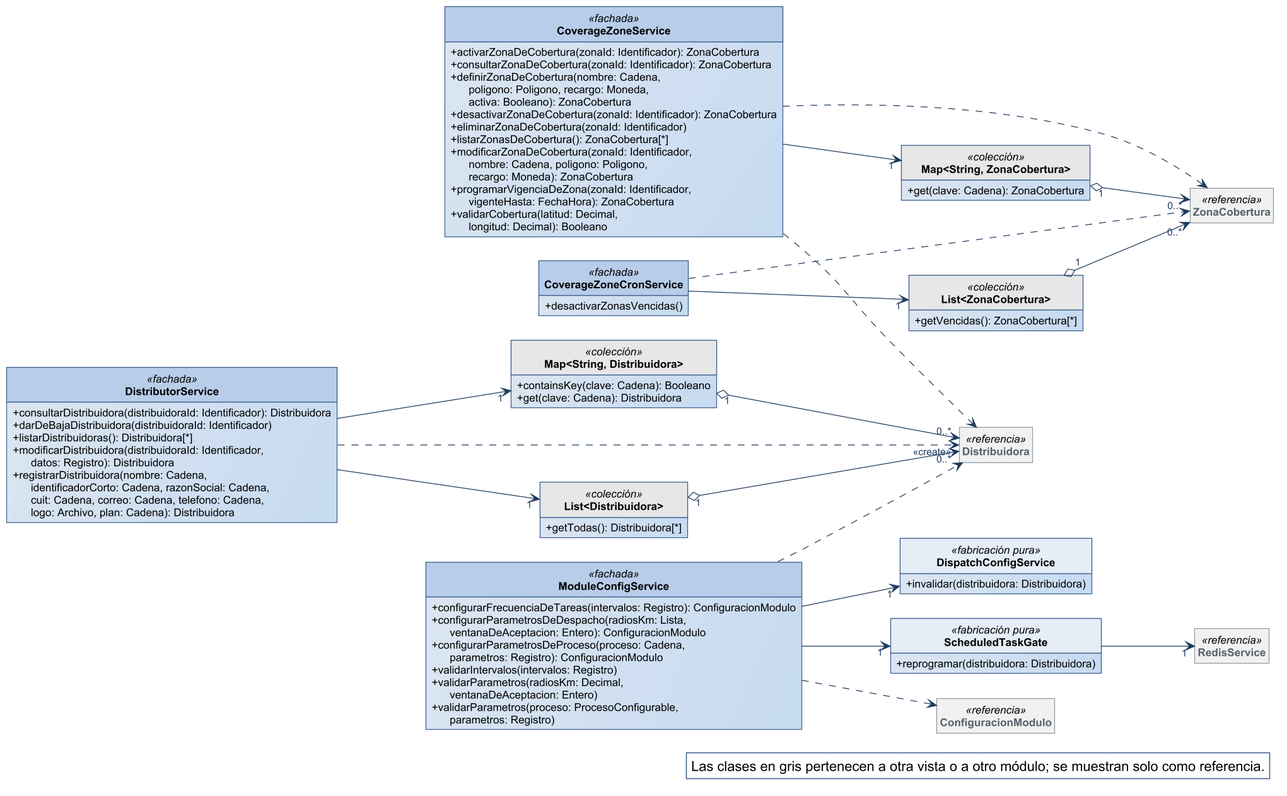
Nahuelito-Dev/splg-docs keeps this PlantUML diagram as diagramas/clases-diseno/DC_Mod_Cobertura-y-distribuidoras.png. Above is the earlier version.
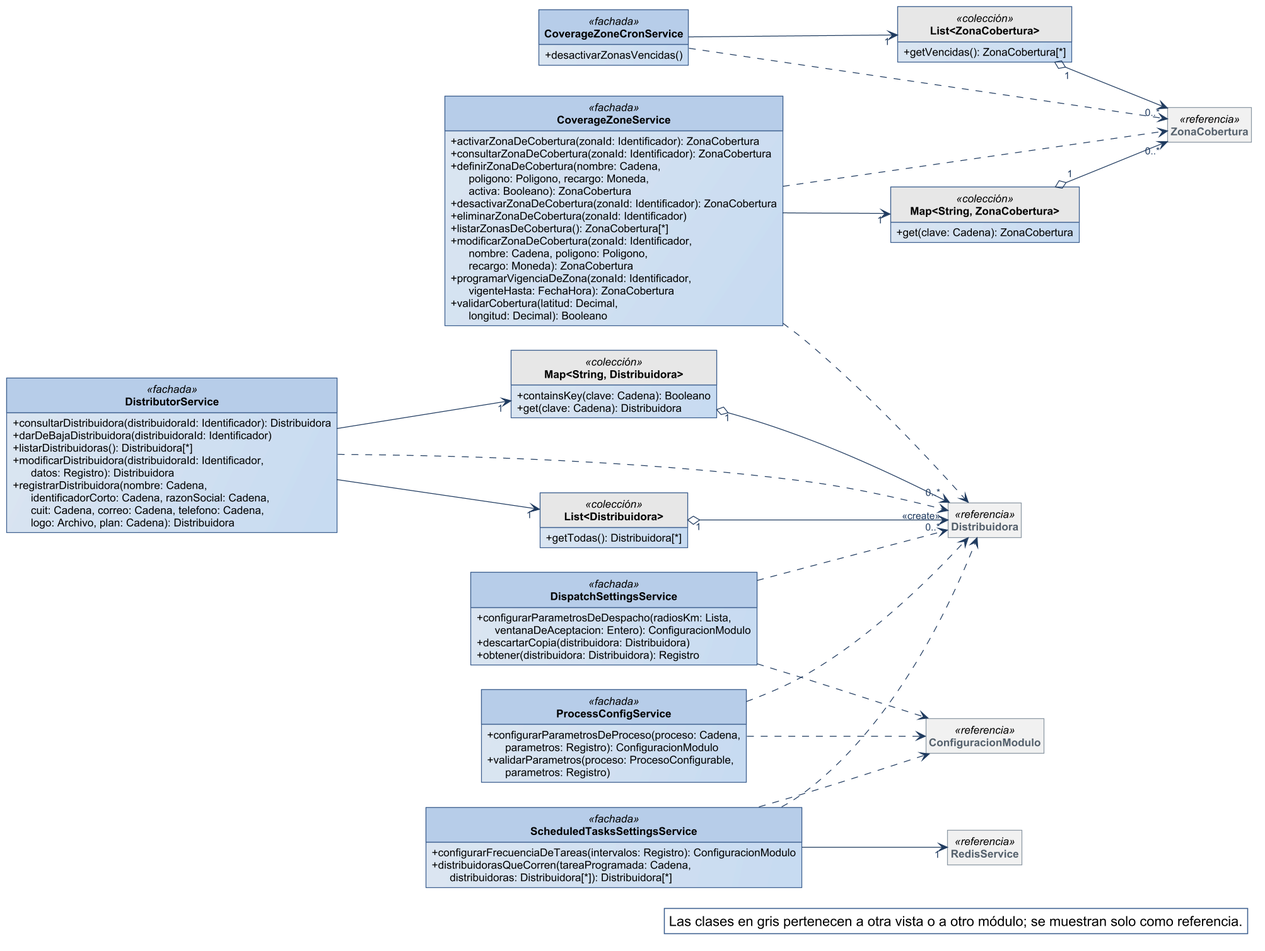
The same diagram one commit later.

Diff of the diagram source:
```diff
@@ -50,6 +50,15 @@
 class "List<ZonaCobertura>" as List_ZonaCobertura <<colección>> {
   + getVencidas(): ZonaCobertura[*]
 }
+class DispatchSettingsService <<fachada>> {
+  + configurarParametrosDeDespacho(radiosKm: Lista,\n      ventanaDeAceptacion: Entero): ConfiguracionModulo
+  + descartarCopia(distribuidora: Distribuidora)
+  + obtener(distribuidora: Distribuidora): Registro
+}
+class ScheduledTasksSettingsService <<fachada>> {
+  + configurarFrecuenciaDeTareas(intervalos: Registro): ConfiguracionModulo
+  + distribuidorasQueCorren(tareaProgramada: Cadena,\n      distribuidoras: Distribuidora[*]): Distribuidora[*]
+}
 class "Map<String, Distribuidora>" as Map_String_Distribuidora <<colección>> {
   + containsKey(clave: Cadena): Booleano
   + get(clave: Cadena): Distribuidora
@@ -64,19 +73,9 @@
 class "List<Distribuidora>" as List_Distribuidora <<colección>> {
   + getTodas(): Distribuidora[*]
 }
-class ModuleConfigService <<fachada>> {
-  + configurarFrecuenciaDeTareas(intervalos: Registro): ConfiguracionModulo
-  + configurarParametrosDeDespacho(radiosKm: Lista,\n      ventanaDeAceptacion: Entero): ConfiguracionModulo
+class ProcessConfigService <<fachada>> {
   + configurarParametrosDeProceso(proceso: Cadena,\n      parametros: Registro): ConfiguracionModulo
-  + validarIntervalos(intervalos: Registro)
-  + validarParametros(radiosKm: Decimal,\n      ventanaDeAceptacion: Entero)
   + validarParametros(proceso: ProcesoConfigurable,\n      parametros: Registro)
-}
-class DispatchConfigService <<fabricación pura>> {
-  + invalidar(distribuidora: Distribuidora)
-}
-class ScheduledTaskGate <<fabricación pura>> {
-  + reprogramar(distribuidora: Distribuidora)
 }
 class Distribuidora <<referencia>>
 class ZonaCobertura <<referencia>>
@@ -91,15 +90,17 @@
 CoverageZoneService --> "1" Map_String_ZonaCobertura
 DistributorService --> "1" List_Distribuidora
 DistributorService --> "1" Map_String_Distribuidora
-ModuleConfigService --> "1" DispatchConfigService
-ModuleConfigService --> "1" ScheduledTaskGate
-ScheduledTaskGate --> "1" RedisService
+ScheduledTasksSettingsService --> "1" RedisService
 CoverageZoneCronService ..> ZonaCobertura
 CoverageZoneService ..> Distribuidora
 CoverageZoneService ..> ZonaCobertura
+DispatchSettingsService ..> ConfiguracionModulo
+DispatchSettingsService ..> Distribuidora
 DistributorService ..> "<<create>>" Distribuidora
-ModuleConfigService ..> ConfiguracionModulo
-ModuleConfigService ..> Distribuidora
+ProcessConfigService ..> ConfiguracionModulo
+ProcessConfigService ..> Distribuidora
+ScheduledTasksSettingsService ..> ConfiguracionModulo
+ScheduledTasksSettingsService ..> Distribuidora
 
 legend bottom right
   Las clases en gris pertenecen a otra vista o a otro módulo; se muestran solo como referencia.
```
